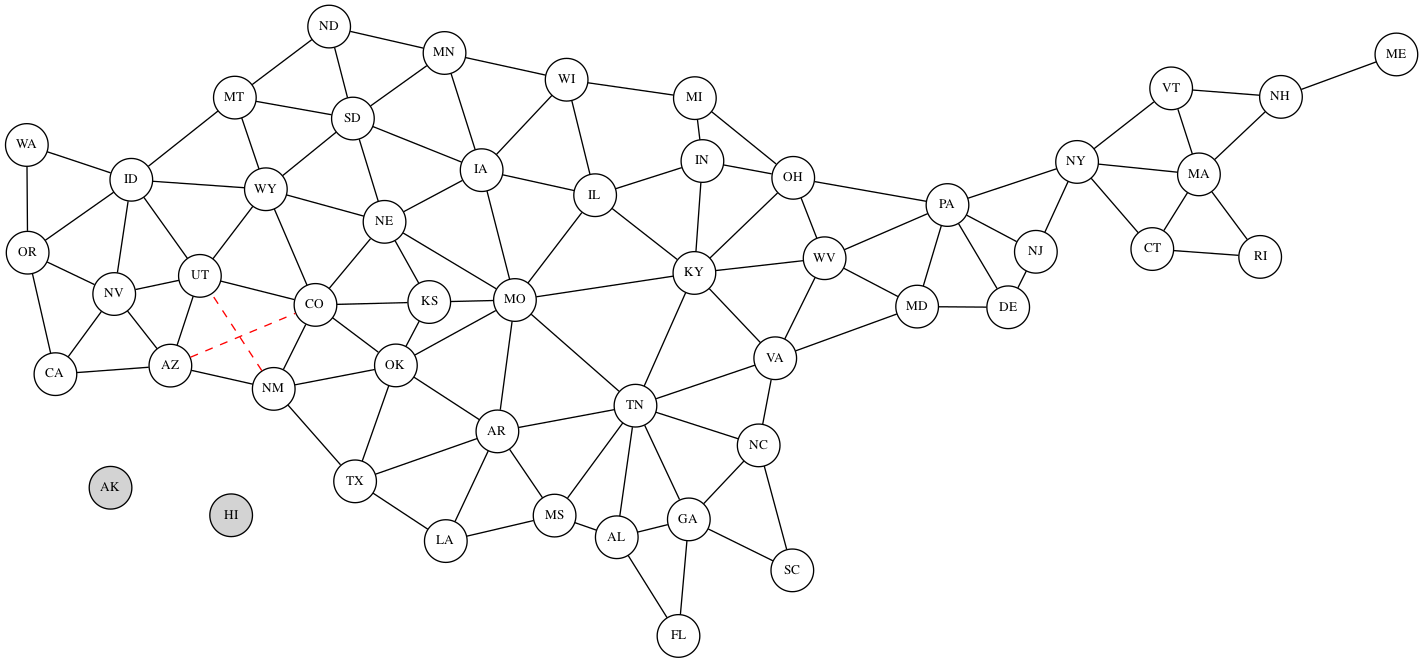
Above: states_springs.png in jaycoskey/DataVisualization (Graphviz), before the change. Its source is kept beside it as states_springs.dot. Its diagram source:
```dot
strict graph States {
    rankdir=LR
    splines=line
    node [fixedsize=true fontsize=10 height=0.45 width=0.45]

    AK [pos="-119.42,31.97" style=filled fillcolor=lightgray]
    AL [pos="-86.90,32.32"]
    AR [pos="-91.83,35.20"]
    AZ [pos="-111.09,34.05"]
    CA [pos="-119.42,36.78"]
    CO [pos="-105.78,39.55"]
    CT [pos="-73.09,41.60"]
    DE [pos="-75.53,38.91"]
    FL [pos="-81.52,27.66"]
    GA [pos="-82.91,32.16"]
    HI [pos="-105.03,31.97" style=filled fillcolor=lightgray]
    IA [pos="-93.10,41.88"]
    ID [pos="-114.74,44.07"]
    IL [pos="-89.40,40.63"]
    IN [pos="-85.60,40.55"]
    KS [pos="-98.48,39.01"]
    KY [pos="-84.27,37.84"]
    LA [pos="-92.15,31.24"]
    MA [pos="-71.38,42.41"]
    MD [pos="-76.64,39.05"]
    ME [pos="-69.45,45.25"]
    MI [pos="-85.60,44.31"]
    MN [pos="-94.69,46.73"]
    MO [pos="-91.83,37.96"]
    MS [pos="-89.40,32.35"]
    MT [pos="-110.36,46.88"]
    NC [pos="-79.02,35.76"]
    ND [pos="-101.00,47.55"]
    NE [pos="-99.90,41.49"]
    NH [pos="-71.57,43.19"]
    NJ [pos="-74.41,40.06"]
    NM [pos="-105.03,34.97"]
    NV [pos="-116.42,38.80"]
    NY [pos="-74.22,43.30"]
    OH [pos="-82.91,40.42"]
    OK [pos="-97.09,35.01"]
    OR [pos="-120.55,43.80"]
    PA [pos="-77.19,41.20"]
    RI [pos="-71.48,41.58"]
    SC [pos="-81.16,33.84"]
    SD [pos="-99.90,43.97"]
    TN [pos="-86.58,35.52"]
    TX [pos="-99.90,31.97"]
    UT [pos="-111.09,39.32"]
    VA [pos="-78.66,37.43"]
    VT [pos="-72.58,44.56"]
    WA [pos="-120.74,47.75"]
    WI [pos="-88.79,43.78"]
    WV [pos="-80.45,38.60"]
    WY [pos="-107.29,43.08"]

    AK -- HI [style=invis]
    AK -- CA [style=invis]
    HI -- TX [style=invis]
    NJ -- CT [style=invis]
    NJ -- MD [style=invis]

    AL -- FL
    AL -- GA
    AL -- MS
    AL -- TN
    AR -- LA
    AR -- MO
    AR -- MS
    AR -- OK
    AR -- TN
    AR -- TX
    AZ -- CA
    AZ -- CO [color=red style=dashed]
    AZ -- NM
    AZ -- NV
    AZ -- UT
    CA -- NV
    CA -- OR
    CO -- KS
    CO -- NE
    CO -- NM
    CO -- OK
    CO -- UT
    CO -- WY
    CT -- MA
    CT -- NY
    CT -- RI
    DE -- MD
    DE -- NJ
    DE -- PA
    FL -- GA
    GA -- NC
    GA -- SC
    GA -- TN
    IA -- IL
    IA -- MN
    IA -- MO
    IA -- NE
    IA -- SD
    IA -- WI
    ID -- MT
    ID -- NV
    ID -- OR
    ID -- UT
    ID -- WA
    ID -- WY
    IL -- IN
    IL -- KY
    IL -- MO
    IL -- WI
    IN -- KY
    IN -- MI
    IN -- OH
    KS -- MO
    KS -- NE
    KS -- OK
    KY -- MO
    KY -- OH
    KY -- TN
    KY -- VA
    KY -- WV
    LA -- MS
    LA -- TX
    MA -- NH
    MA -- NY
    MA -- RI
    MA -- VT
    MD -- PA
    MD -- VA
    MD -- WV
    ME -- NH
    MI -- OH
    MI -- WI
    MN -- ND
    MN -- SD
    MN -- WI
    MO -- NE
    MO -- OK
    MO -- TN
    MS -- TN
    MT -- ND
    MT -- SD
    MT -- WY
    NC -- SC
    NC -- TN
    NC -- VA
    ND -- SD
    NE -- SD
    NE -- WY
    NH -- VT
    NJ -- NY
    NJ -- PA
    NM -- OK
    NM -- TX
    NM -- UT [color=red style=dashed]
    NV -- OR
    NV -- UT
    NY -- PA
    NY -- VT
    OH -- PA
    OH -- WV
    OK -- TX
    OR -- WA
    PA -- WV
    SD -- WY
    TN -- VA
    UT -- WY
    VA -- WV
}
```
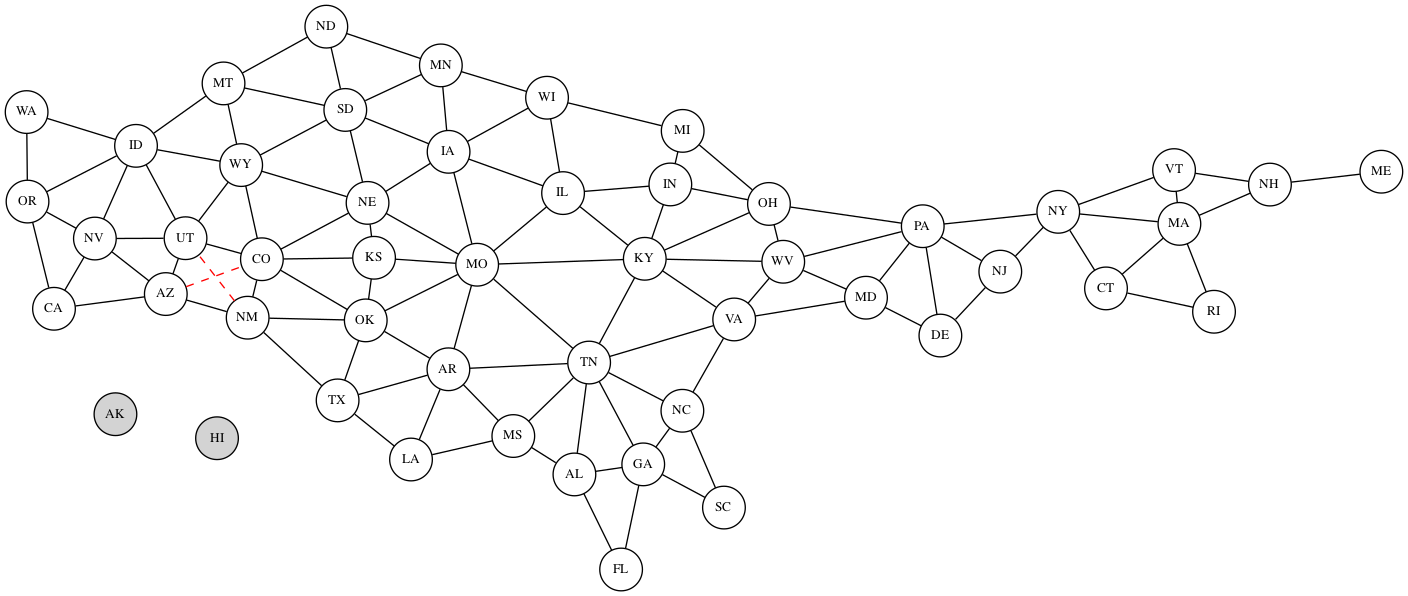
After the change.

Diff of the diagram source:
```diff
@@ -3,7 +3,7 @@
     splines=line
     node [fixedsize=true fontsize=10 height=0.45 width=0.45]
 
-    AK [pos="-119.42,31.97" style=filled fillcolor=lightgray]
+    AK [pos="-119.00,31.00" style=filled fillcolor=lightgray]
     AL [pos="-86.90,32.32"]
     AR [pos="-91.83,35.20"]
     AZ [pos="-111.09,34.05"]
@@ -13,7 +13,7 @@
     DE [pos="-75.53,38.91"]
     FL [pos="-81.52,27.66"]
     GA [pos="-82.91,32.16"]
-    HI [pos="-105.03,31.97" style=filled fillcolor=lightgray]
+    HI [pos="-111.00,31.00" style=filled fillcolor=lightgray]
     IA [pos="-93.10,41.88"]
     ID [pos="-114.74,44.07"]
     IL [pos="-89.40,40.63"]
@@ -54,12 +54,6 @@
     WV [pos="-80.45,38.60"]
     WY [pos="-107.29,43.08"]
 
-    AK -- HI [style=invis]
-    AK -- CA [style=invis]
-    HI -- TX [style=invis]
-    NJ -- CT [style=invis]
-    NJ -- MD [style=invis]
-
     AL -- FL
     AL -- GA
     AL -- MS
@@ -71,7 +65,6 @@
     AR -- TN
     AR -- TX
     AZ -- CA
-    AZ -- CO [color=red style=dashed]
     AZ -- NM
     AZ -- NV
     AZ -- UT
@@ -153,7 +146,6 @@
     NJ -- PA
     NM -- OK
     NM -- TX
-    NM -- UT [color=red style=dashed]
     NV -- OR
     NV -- UT
     NY -- PA
@@ -167,4 +159,12 @@
     TN -- VA
     UT -- WY
     VA -- WV
+    AZ -- CO [color=red style=dashed]
+    NM -- UT [color=red style=dashed]
+
+    AK -- HI [style=invis]
+    AK -- CA [style=invis]
+    HI -- TX [style=invis]
+    NJ -- CT [style=invis]
+    NJ -- MD [style=invis]
 }
```
